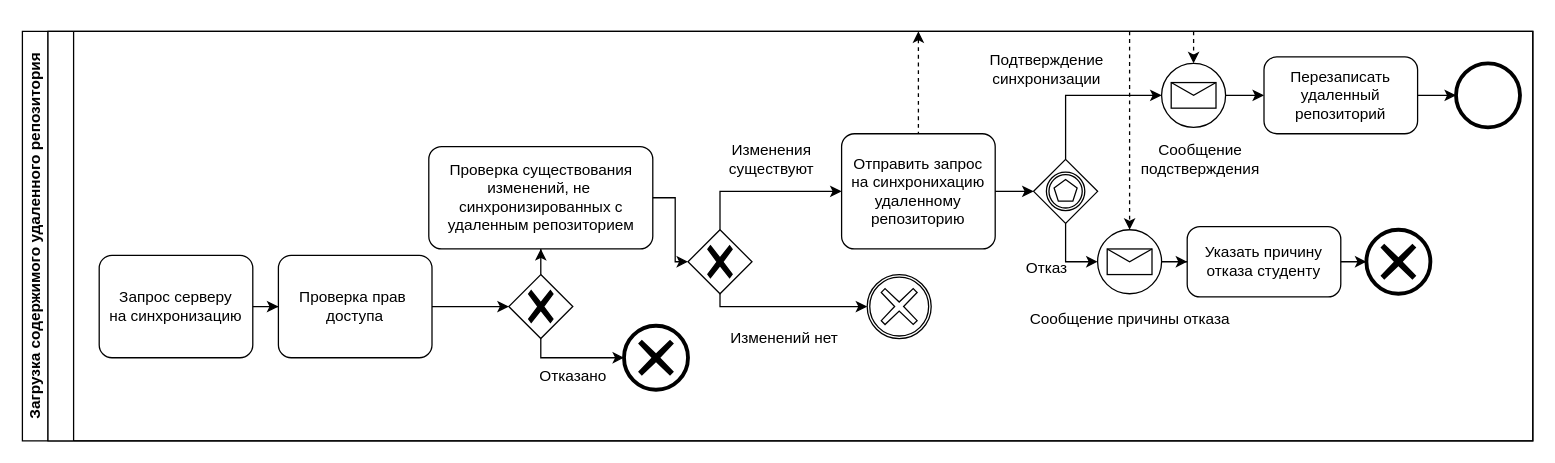
Above: docs/inc/img/bpmn-commit.drawio in Inspirate789/bpla (draw.io), before the change. Source tidied: cells renumbered, new cells numbered last; positions are measured from the earlier drawing's top-left corner, leaving out a move shared by most shapes. Both pictures are drawn from the tidied source at 128%, with x=0, y=0 at pixel (22, 31).
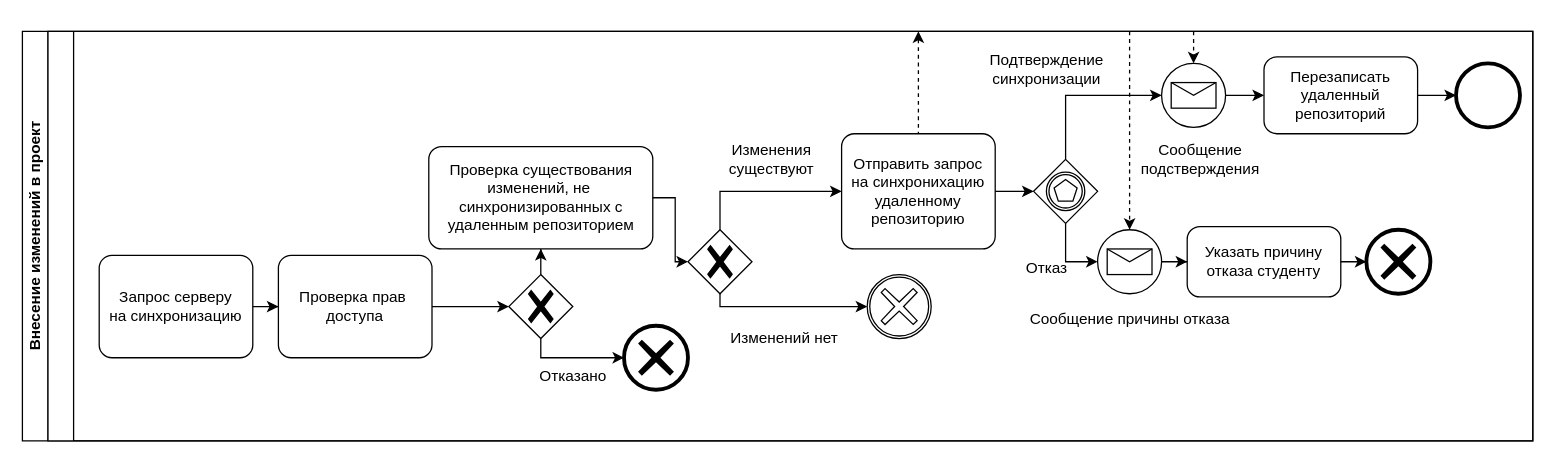
After the change.

The edit, as a diff of the source:
```diff
@@
-    <mxCell id="2" value="Загрузка содержимого удаленного репозитория" style="swimlane;html=1;horizontal=0;startSize=20;whiteSpace=wrap;" parent="1" vertex="1">
+    <mxCell id="2" value="Внесение изменений в проект" style="swimlane;html=1;horizontal=0;startSize=20;whiteSpace=wrap;" parent="1" vertex="1">
       <mxGeometry width="1180" height="320" as="geometry" />
     </mxCell>
```
